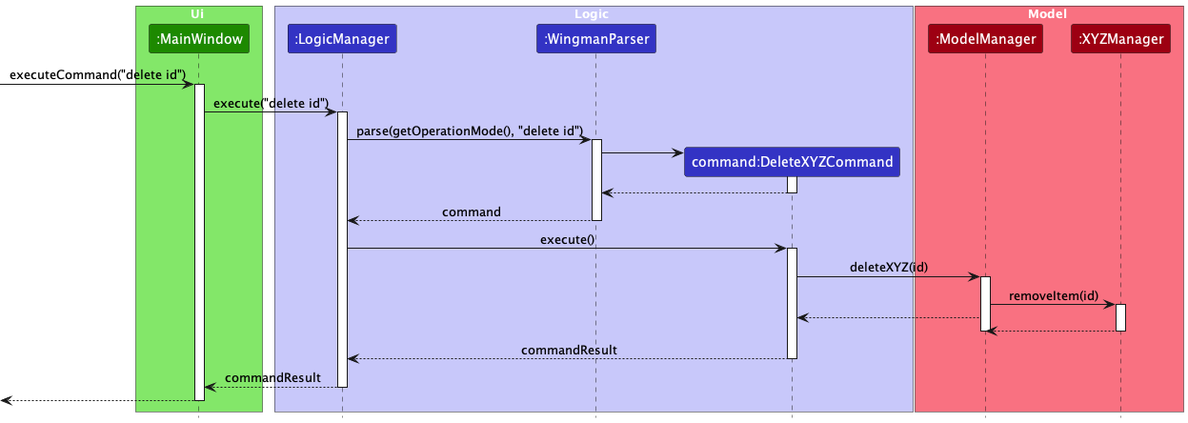
nus-cs2103-AY2223S2/tp keeps this PlantUML diagram as docs/images/WingmanDeleteXYZSequenceDiagram.png. Above is the earlier version. The source it was exported from:
```plantuml
@startuml
!include style.puml

box Ui UI_COLOR_T1
participant ":MainWindow" as MainWindow UI_COLOR
end box

box Logic LOGIC_COLOR_T1
participant ":LogicManager" as LogicManager LOGIC_COLOR
participant ":WingmanParser" as WingmanParser LOGIC_COLOR
participant "command:DeleteXYZCommand" as DeleteXYZCommand LOGIC_COLOR
end box

box Model MODEL_COLOR_T1
participant ":ModelManager" as ModelManager MODEL_COLOR
participant ":XYZManager" as XYZManager MODEL_COLOR
end box

[-> MainWindow : executeCommand("delete id")
activate MainWindow

MainWindow -> LogicManager : execute("delete id")
activate LogicManager

LogicManager -> WingmanParser : parse(getOperationMode(), "delete id")
activate WingmanParser

create DeleteXYZCommand
WingmanParser -> DeleteXYZCommand
activate DeleteXYZCommand
DeleteXYZCommand --> WingmanParser
deactivate DeleteXYZCommand

WingmanParser --> LogicManager : command
deactivate WingmanParser

LogicManager -> DeleteXYZCommand : execute()
activate DeleteXYZCommand

DeleteXYZCommand -> ModelManager : deleteXYZ(id)
activate ModelManager

ModelManager -> XYZManager : removeItem(id)
activate XYZManager

ModelManager --> DeleteXYZCommand
XYZManager --> ModelManager
deactivate ModelManager
deactivate XYZManager

DeleteXYZCommand --> LogicManager : commandResult
deactivate DeleteXYZCommand

LogicManager --> MainWindow : commandResult
deactivate LogicManager

[<-- MainWindow
deactivate MainWindow

@enduml
```
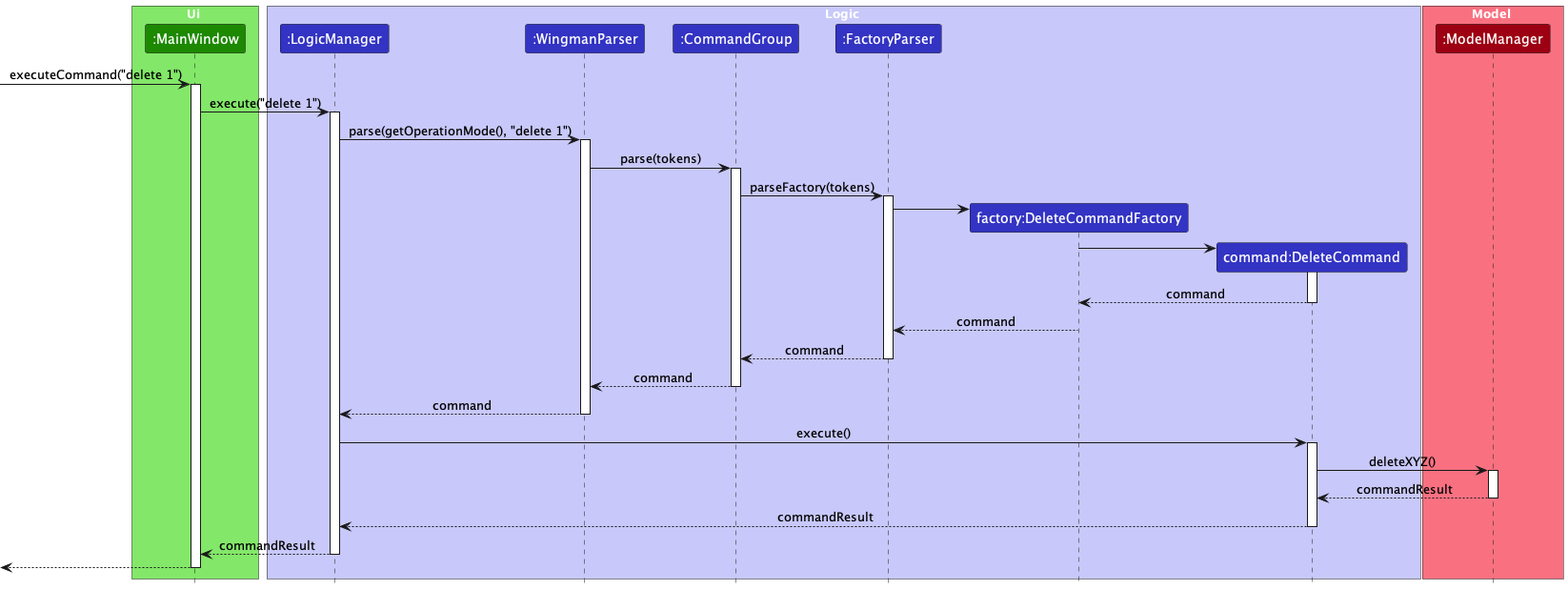
The same file after the commit.

Commit message:
Update DG for DeleteXYZ section

What changed in the source:
```diff
@@ -8,48 +8,61 @@
 box Logic LOGIC_COLOR_T1
 participant ":LogicManager" as LogicManager LOGIC_COLOR
 participant ":WingmanParser" as WingmanParser LOGIC_COLOR
-participant "command:DeleteXYZCommand" as DeleteXYZCommand LOGIC_COLOR
+participant ":CommandGroup" as CommandGroup LOGIC_COLOR
+participant ":FactoryParser" as FactoryParser LOGIC_COLOR
+participant "factory:DeleteCommandFactory" as DeleteCommandFactory LOGIC_COLOR
+participant "command:DeleteCommand" as DeleteCommand LOGIC_COLOR
 end box
 
 box Model MODEL_COLOR_T1
 participant ":ModelManager" as ModelManager MODEL_COLOR
-participant ":XYZManager" as XYZManager MODEL_COLOR
 end box
 
-[-> MainWindow : executeCommand("delete id")
+[-> MainWindow : executeCommand("delete 1")
 activate MainWindow
 
-MainWindow -> LogicManager : execute("delete id")
+MainWindow -> LogicManager : execute("delete 1")
 activate LogicManager
 
-LogicManager -> WingmanParser : parse(getOperationMode(), "delete id")
+LogicManager -> WingmanParser : parse(getOperationMode(), "delete 1")
 activate WingmanParser
 
-create DeleteXYZCommand
-WingmanParser -> DeleteXYZCommand
-activate DeleteXYZCommand
-DeleteXYZCommand --> WingmanParser
-deactivate DeleteXYZCommand
+WingmanParser -> CommandGroup : parse(tokens)
+activate CommandGroup
+
+CommandGroup -> FactoryParser : parseFactory(tokens)
+activate FactoryParser
+
+create DeleteCommandFactory
+FactoryParser -> DeleteCommandFactory
+
+create DeleteCommand
+DeleteCommandFactory -> DeleteCommand
+activate DeleteCommand
+
+DeleteCommand --> DeleteCommandFactory : command
+deactivate DeleteCommand
+
+DeleteCommandFactory --> FactoryParser : command
+FactoryParser --> CommandGroup : command
+deactivate FactoryParser
+
+CommandGroup --> WingmanParser : command
+deactivate CommandGroup
 
 WingmanParser --> LogicManager : command
 deactivate WingmanParser
 
-LogicManager -> DeleteXYZCommand : execute()
-activate DeleteXYZCommand
+LogicManager -> DeleteCommand : execute()
+activate DeleteCommand
 
-DeleteXYZCommand -> ModelManager : deleteXYZ(id)
+DeleteCommand -> ModelManager : deleteXYZ()
 activate ModelManager
 
-ModelManager -> XYZManager : removeItem(id)
-activate XYZManager
-
-ModelManager --> DeleteXYZCommand
-XYZManager --> ModelManager
+ModelManager --> DeleteCommand : commandResult
 deactivate ModelManager
-deactivate XYZManager
-
-DeleteXYZCommand --> LogicManager : commandResult
-deactivate DeleteXYZCommand
+DeleteCommand --> LogicManager : commandResult
+deactivate DeleteCommand
 
 LogicManager --> MainWindow : commandResult
 deactivate LogicManager
```
